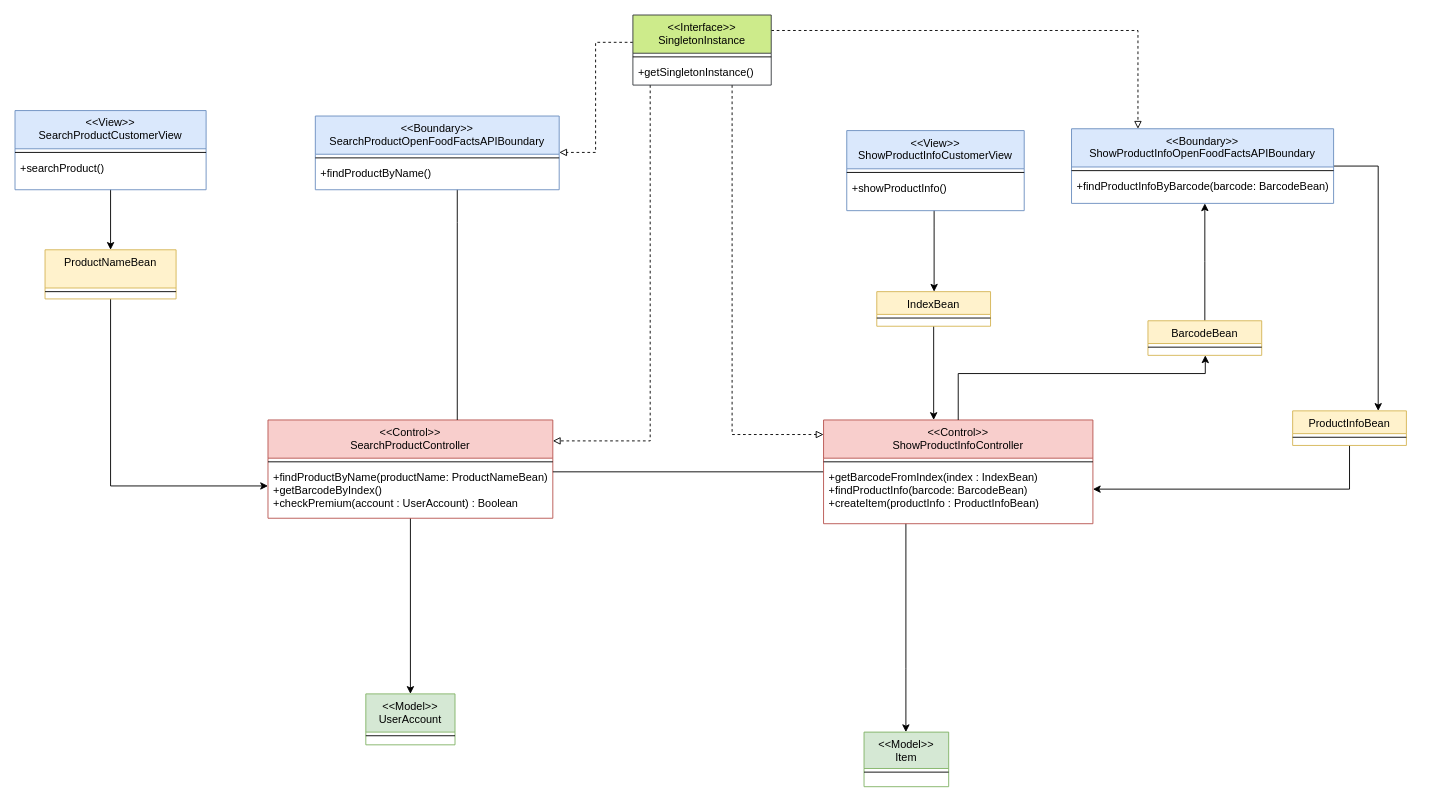
Before: docx&pdf/ClassDiagram_BCE/DESIGN_SearchProduct.drawio in FredHats99/HealthyCart, a draw.io diagram. Source tidied: cells renumbered, new cells numbered last; positions are measured from the earlier drawing's top-left corner, leaving out a move shared by most shapes. Both pictures are drawn from the tidied source at 91%, with x=0, y=0 at pixel (15, 15).
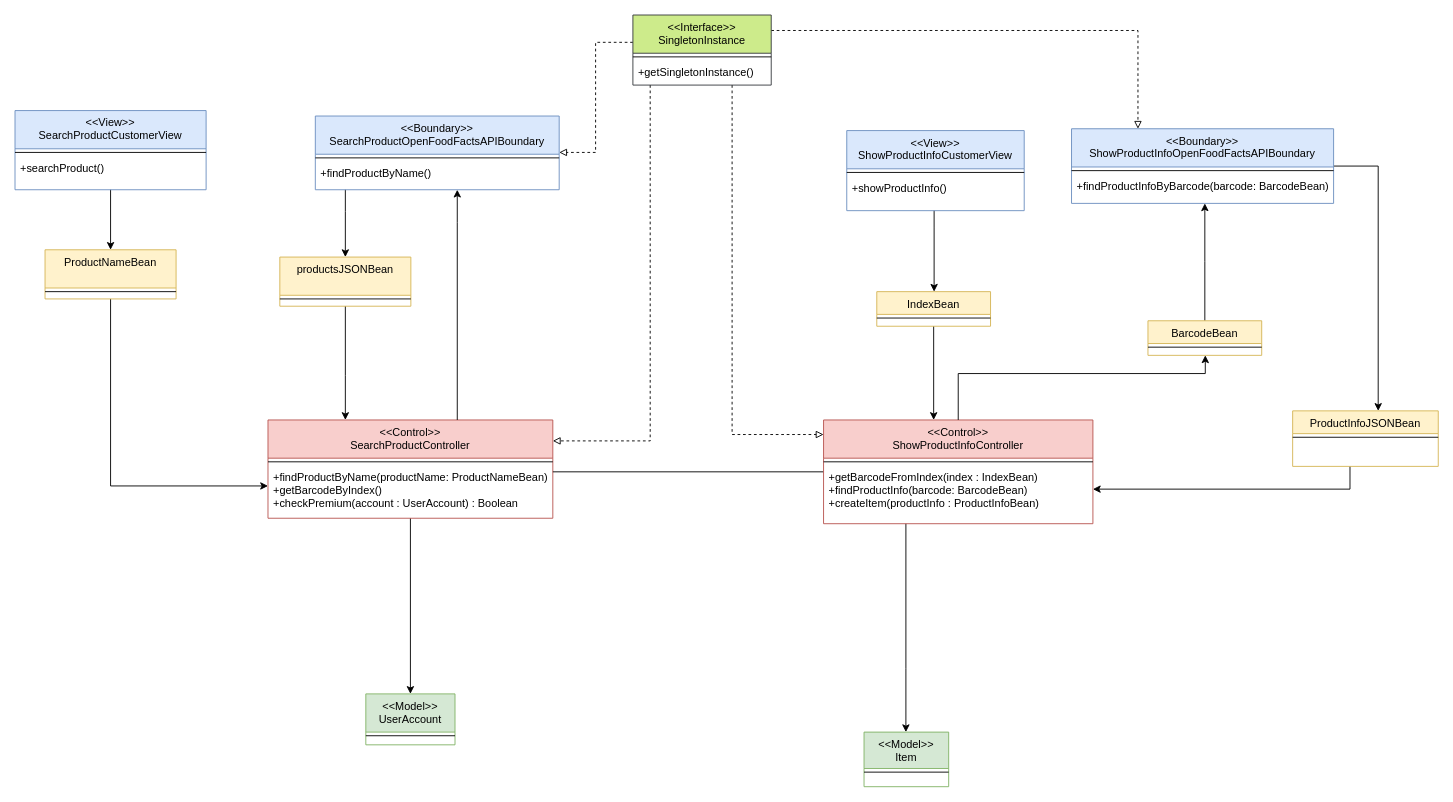
The same page after the edit.

Commit message (it also covers changes not shown here):
design searchProduct and nearestsupermarket modified

Unchanged cells that the change refers to:
```xml
<mxCell id="8" value="&lt;&lt;Control&gt;&gt;&#10;SearchProductController" style="swimlane;fontStyle=0;align=center;verticalAlign=top;horizontal=1;startSize=42;rounded=0;shadow=0;strokeWidth=1;fillColor=#f8cecc;strokeColor=#b85450;" parent="1" vertex="1">
  <mxGeometry x="278" y="445" width="313" height="108" as="geometry" />
</mxCell>
<mxCell id="16" value="&lt;&lt;Boundary&gt;&gt;&#10;SearchProductOpenFoodFactsAPIBoundary" style="swimlane;fontStyle=0;align=center;verticalAlign=top;horizontal=1;startSize=42;rounded=0;shadow=0;strokeWidth=1;fillColor=#dae8fc;strokeColor=#6c8ebf;" parent="1" vertex="1">
  <mxGeometry x="330" y="111" width="268" height="81" as="geometry" />
</mxCell>
```

What changed in the source:
```diff
@@
-    <mxCell id="15" style="edgeStyle=orthogonalEdgeStyle;rounded=0;jettySize=auto;html=1;startArrow=none;startFill=0;endArrow=none;endFill=0;" parent="1" edge="1" source="16" target="8">
+    <mxCell id="15" style="edgeStyle=orthogonalEdgeStyle;rounded=0;jettySize=auto;html=1;startArrow=classic;startFill=1;endArrow=none;endFill=0;" parent="1" edge="1" source="16" target="8">
       <mxGeometry relative="1" as="geometry">
         <Array as="points">
           <mxPoint x="486" y="228" />
           <mxPoint x="486" y="228" />
         </Array>
       </mxGeometry>
     </mxCell>
+    <mxCell id="52" style="edgeStyle=orthogonalEdgeStyle;rounded=0;jettySize=auto;html=1;" parent="1" edge="1" source="16" target="54">
+      <mxGeometry relative="1" as="geometry">
+        <Array as="points">
+          <mxPoint x="363" y="216" />
+          <mxPoint x="363" y="216" />
+        </Array>
+      </mxGeometry>
+    </mxCell>
@@
-    <mxCell id="43" value="ProductInfoBean" style="swimlane;fontStyle=0;align=center;verticalAlign=top;horizontal=1;startSize=25;rounded=0;shadow=0;strokeWidth=1;fillColor=#fff2cc;strokeColor=#d6b656;" parent="1" vertex="1">
-      <mxGeometry x="1404" y="435" width="125" height="38" as="geometry" />
+    <mxCell id="43" value="ProductInfoJSONBean" style="swimlane;fontStyle=0;align=center;verticalAlign=top;horizontal=1;startSize=25;rounded=0;shadow=0;strokeWidth=1;fillColor=#fff2cc;strokeColor=#d6b656;" parent="1" vertex="1">
+      <mxGeometry x="1404" y="435" width="160" height="61" as="geometry" />
     </mxCell>
     <mxCell id="44" style="line;html=1;strokeWidth=1;align=left;verticalAlign=middle;spacingTop=-1;spacingLeft=3;spacingRight=3;labelPosition=right;" parent="43" vertex="1">
-      <mxGeometry y="25" width="125" height="8" as="geometry" />
+      <mxGeometry y="25" width="160" height="8" as="geometry" />
     </mxCell>
@@
+    <mxCell id="53" style="edgeStyle=orthogonalEdgeStyle;rounded=0;jettySize=auto;html=1;" parent="1" edge="1" source="54" target="8">
+      <mxGeometry relative="1" as="geometry">
+        <Array as="points">
+          <mxPoint x="363" y="396" />
+          <mxPoint x="363" y="396" />
+        </Array>
+      </mxGeometry>
+    </mxCell>
+    <mxCell id="54" value="productsJSONBean" style="swimlane;fontStyle=0;align=center;verticalAlign=top;horizontal=1;startSize=42;rounded=0;shadow=0;strokeWidth=1;fillColor=#fff2cc;strokeColor=#d6b656;" parent="1" vertex="1">
+      <mxGeometry x="291" y="266" width="144" height="54" as="geometry" />
+    </mxCell>
+    <mxCell id="55" style="line;html=1;strokeWidth=1;align=left;verticalAlign=middle;spacingTop=-1;spacingLeft=3;spacingRight=3;labelPosition=right;" parent="54" vertex="1">
+      <mxGeometry y="42" width="144" height="8" as="geometry" />
+    </mxCell>
```
